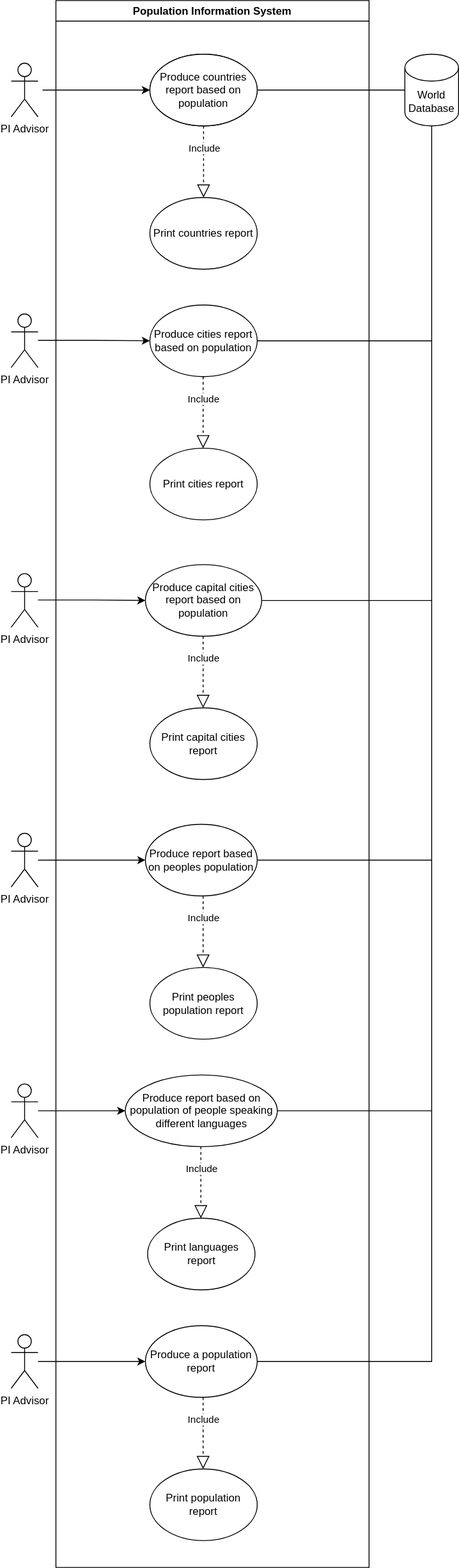
Earlier version of the draw.io export use-cases/Population Information System.svg (moi-kei/set08103_Group-11). Source tidied: cells renumbered, new cells last; positions are measured from the earlier drawing's top-left corner, leaving out a move shared by most shapes.
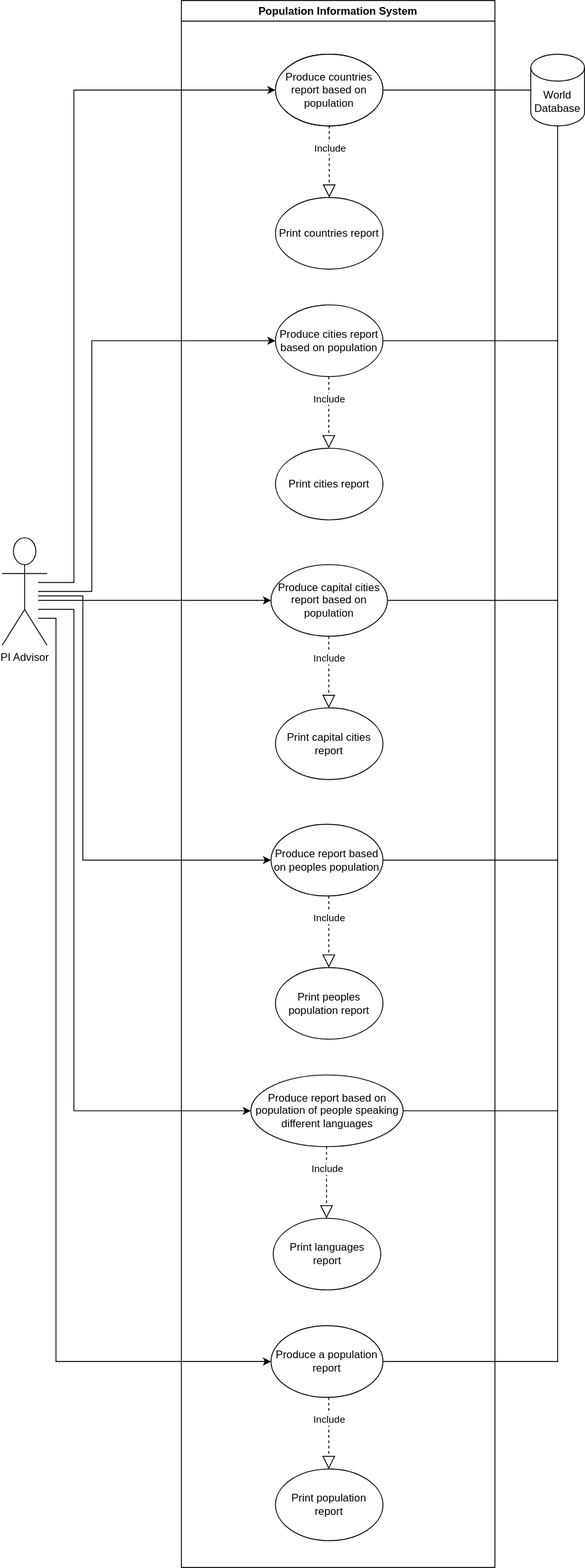
After the change.

Commit message:
Update use case diagram

What changed in the source:
```diff
@@ -2,9 +2,12 @@
   <root>
     <mxCell id="0" />
     <mxCell id="1" parent="0" />
-    <mxCell id="2" style="edgeStyle=orthogonalEdgeStyle;rounded=0;jettySize=auto;html=1;exitX=0.5;exitY=0.5;exitDx=0;exitDy=0;exitPerimeter=0;entryX=0;entryY=0.5;entryDx=0;entryDy=0;" parent="1" edge="1" target="4">
+    <mxCell id="2" style="edgeStyle=orthogonalEdgeStyle;rounded=0;jettySize=auto;html=1;entryX=0;entryY=0.5;entryDx=0;entryDy=0;" parent="1" edge="1" target="4">
       <mxGeometry relative="1" as="geometry">
-        <mxPoint x="35" y="100" as="sourcePoint" />
+        <mxPoint x="-110" y="650" as="sourcePoint" />
+        <Array as="points">
+          <mxPoint x="-70" y="100" />
+        </Array>
       </mxGeometry>
     </mxCell>
     <mxCell id="3" value="Population Information System" style="swimlane;" parent="1" vertex="1">
@@ -16,9 +19,12 @@
     <mxCell id="5" value="Print countries report" style="ellipse;whiteSpace=wrap;html=1;" parent="3" vertex="1">
       <mxGeometry x="105" y="220" width="120" height="80" as="geometry" />
     </mxCell>
-    <mxCell id="6" style="edgeStyle=orthogonalEdgeStyle;rounded=0;jettySize=auto;html=1;exitX=0.5;exitY=0.5;exitDx=0;exitDy=0;exitPerimeter=0;entryX=0;entryY=0.5;entryDx=0;entryDy=0;" parent="3" edge="1" target="8">
+    <mxCell id="6" style="edgeStyle=orthogonalEdgeStyle;rounded=0;jettySize=auto;html=1;entryX=0;entryY=0.5;entryDx=0;entryDy=0;" parent="3" edge="1" target="8">
       <mxGeometry relative="1" as="geometry">
-        <mxPoint x="-20" y="379.5" as="sourcePoint" />
+        <mxPoint x="-160" y="660" as="sourcePoint" />
+        <Array as="points">
+          <mxPoint x="-100" y="380" />
+        </Array>
       </mxGeometry>
     </mxCell>
     <mxCell id="7" value="Print cities report" style="ellipse;whiteSpace=wrap;html=1;" parent="3" vertex="1">
@@ -27,17 +33,14 @@
     <mxCell id="8" value="Produce cities report based on population" style="ellipse;whiteSpace=wrap;html=1;" parent="3" vertex="1">
       <mxGeometry x="105" y="340" width="120" height="80" as="geometry" />
     </mxCell>
-    <mxCell id="9" style="edgeStyle=orthogonalEdgeStyle;rounded=0;jettySize=auto;html=1;exitX=0.5;exitY=0.5;exitDx=0;exitDy=0;exitPerimeter=0;entryX=0;entryY=0.5;entryDx=0;entryDy=0;" parent="3" edge="1" target="12">
+    <mxCell id="9" style="edgeStyle=orthogonalEdgeStyle;rounded=0;jettySize=auto;html=1;entryX=0;entryY=0.5;entryDx=0;entryDy=0;" parent="3" edge="1" target="12">
       <mxGeometry relative="1" as="geometry">
-        <mxPoint x="-20" y="669.5" as="sourcePoint" />
+        <mxPoint x="-160" y="670" as="sourcePoint" />
       </mxGeometry>
     </mxCell>
     <mxCell id="10" value="Print capital cities report" style="ellipse;whiteSpace=wrap;html=1;" parent="3" vertex="1">
       <mxGeometry x="105" y="790" width="120" height="80" as="geometry" />
     </mxCell>
-    <mxCell id="11" value="PI Advisor" style="shape=umlActor;verticalLabelPosition=bottom;verticalAlign=top;html=1;" parent="3" vertex="1">
-      <mxGeometry x="-50" y="640" width="30" height="60" as="geometry" />
-    </mxCell>
     <mxCell id="12" value="Produce capital cities report based on population" style="ellipse;whiteSpace=wrap;html=1;" parent="3" vertex="1">
       <mxGeometry x="100" y="630" width="130" height="80" as="geometry" />
     </mxCell>
@@ -77,16 +80,12 @@
     </mxCell>
     <mxCell id="21" style="edgeStyle=orthogonalEdgeStyle;rounded=0;jettySize=auto;html=1;entryX=0;entryY=0.5;entryDx=0;entryDy=0;" parent="3" edge="1" target="20">
       <mxGeometry relative="1" as="geometry">
-        <mxPoint x="-20" y="1240" as="sourcePoint" />
+        <mxPoint x="-160" y="680" as="sourcePoint" />
         <Array as="points">
-          <mxPoint x="20" y="1240" />
-          <mxPoint x="20" y="1240" />
+          <mxPoint x="-120" y="1240" />
         </Array>
       </mxGeometry>
     </mxCell>
-    <mxCell id="22" value="PI Advisor" style="shape=umlActor;verticalLabelPosition=bottom;verticalAlign=top;html=1;" parent="3" vertex="1">
-      <mxGeometry x="-50" y="1210" width="30" height="60" as="geometry" />
-    </mxCell>
     <mxCell id="23" value="Print population report" style="ellipse;whiteSpace=wrap;html=1;" parent="3" vertex="1">
       <mxGeometry x="105" y="1640" width="120" height="80" as="geometry" />
     </mxCell>
@@ -95,10 +94,9 @@
     </mxCell>
     <mxCell id="25" style="edgeStyle=orthogonalEdgeStyle;rounded=0;jettySize=auto;html=1;entryX=0;entryY=0.5;entryDx=0;entryDy=0;" parent="3" edge="1" target="24">
       <mxGeometry relative="1" as="geometry">
-        <mxPoint x="-20" y="1520" as="sourcePoint" />
+        <mxPoint x="-160" y="690" as="sourcePoint" />
         <Array as="points">
-          <mxPoint x="20" y="1520" />
-          <mxPoint x="20" y="1520" />
+          <mxPoint x="-140" y="1520" />
         </Array>
       </mxGeometry>
     </mxCell>
@@ -113,9 +111,6 @@
         <mxPoint x="3" as="offset" />
       </mxGeometry>
     </mxCell>
-    <mxCell id="28" value="PI Advisor" style="shape=umlActor;verticalLabelPosition=bottom;verticalAlign=top;html=1;" parent="3" vertex="1">
-      <mxGeometry x="-50" y="1490" width="30" height="60" as="geometry" />
-    </mxCell>
     <mxCell id="29" style="endArrow=block;dashed=1;endFill=0;endSize=12;html=1;rounded=0;exitX=0.5;exitY=1;exitDx=0;exitDy=0;" parent="3" edge="1">
       <mxGeometry relative="1" as="geometry">
         <mxPoint x="162" y="1280" as="sourcePoint" />
@@ -184,24 +179,21 @@
     <mxCell id="38" value="World&lt;br&gt;Database" style="shape=cylinder3;whiteSpace=wrap;html=1;boundedLbl=1;backgroundOutline=1;size=15;" parent="1" vertex="1">
       <mxGeometry x="440" y="60" width="60" height="80" as="geometry" />
     </mxCell>
-    <mxCell id="39" value="PI Advisor" style="shape=umlActor;verticalLabelPosition=bottom;verticalAlign=top;html=1;" parent="1" vertex="1">
-      <mxGeometry y="70" width="30" height="60" as="geometry" />
-    </mxCell>
     <mxCell id="40" style="line;strokeWidth=1;fillColor=none;align=left;verticalAlign=middle;spacingTop=-1;spacingLeft=3;spacingRight=3;labelPosition=right;" parent="1" vertex="1">
       <mxGeometry x="275" y="96" width="165" height="8" as="geometry" />
     </mxCell>
     <mxCell id="41" value="PI Advisor" style="shape=umlActor;verticalLabelPosition=bottom;verticalAlign=top;html=1;" parent="1" vertex="1">
-      <mxGeometry y="350" width="30" height="60" as="geometry" />
+      <mxGeometry x="-150" y="600" width="50" height="120" as="geometry" />
     </mxCell>
     <mxCell id="42" value="Produce countries report based on population" style="ellipse;whiteSpace=wrap;html=1;" parent="1" vertex="1">
       <mxGeometry x="155" y="60" width="120" height="80" as="geometry" />
     </mxCell>
     <mxCell id="43" style="edgeStyle=orthogonalEdgeStyle;rounded=0;jettySize=auto;html=1;entryX=0;entryY=0.5;entryDx=0;entryDy=0;" parent="1" edge="1" target="14">
       <mxGeometry relative="1" as="geometry">
-        <mxPoint x="30" y="960" as="sourcePoint" />
+        <mxPoint x="-110" y="665" as="sourcePoint" />
         <Array as="points">
-          <mxPoint x="70" y="960" />
-          <mxPoint x="70" y="960" />
+          <mxPoint x="-60" y="665" />
+          <mxPoint x="-60" y="960" />
         </Array>
       </mxGeometry>
     </mxCell>
@@ -216,8 +208,5 @@
         <mxPoint x="3" as="offset" />
       </mxGeometry>
     </mxCell>
-    <mxCell id="46" value="PI Advisor" style="shape=umlActor;verticalLabelPosition=bottom;verticalAlign=top;html=1;" parent="1" vertex="1">
-      <mxGeometry y="930" width="30" height="60" as="geometry" />
-    </mxCell>
   </root>
 </mxGraphModel>
```
